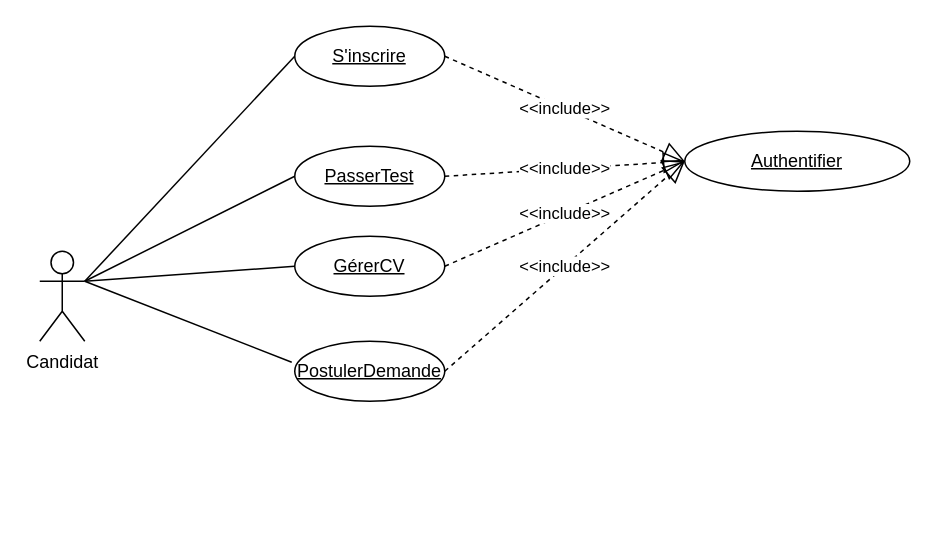
The draw.io diagram page "DigCas Candidat" (2 of 4) of Untitled Diagram.drawio in PFA-2021/PFA-app, before the edit. Source tidied: cells renumbered, new cells numbered last; positions are measured from the earlier drawing's top-left corner, leaving out a move shared by most shapes. Both pictures are drawn from the tidied source at 150%, with x=0, y=0 at pixel (39, 26).
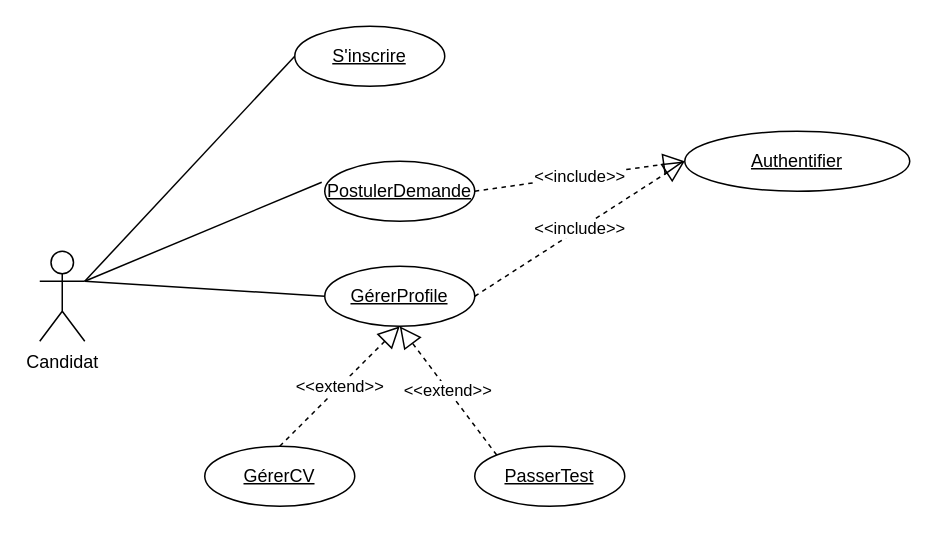
The same diagram, later.

What changed in the source:
```diff
@@
 <mxGraphModel>
   <root>
     <mxCell id="0" />
     <mxCell id="1" parent="0" />
     <mxCell id="2" value="Candidat&lt;br&gt;" style="shape=umlActor;verticalLabelPosition=bottom;verticalAlign=top;html=1;" parent="1" vertex="1">
       <mxGeometry y="150" width="30" height="60" as="geometry" />
     </mxCell>
     <mxCell id="3" value="S'inscrire" style="ellipse;whiteSpace=wrap;html=1;align=center;fontStyle=4;" parent="1" vertex="1">
       <mxGeometry x="170" width="100" height="40" as="geometry" />
     </mxCell>
     <mxCell id="4" style="endArrow=none;html=1;rounded=0;exitX=1;exitY=0.3333333333333333;exitDx=0;exitDy=0;exitPerimeter=0;entryX=0;entryY=0.5;entryDx=0;entryDy=0;" parent="1" edge="1" source="2" target="3">
       <mxGeometry relative="1" as="geometry" />
     </mxCell>
     <mxCell id="5" value="GérerCV" style="ellipse;whiteSpace=wrap;html=1;align=center;fontStyle=4;" parent="1" vertex="1">
-      <mxGeometry x="170" y="140" width="100" height="40" as="geometry" />
+      <mxGeometry x="110" y="280" width="100" height="40" as="geometry" />
     </mxCell>
     <mxCell id="6" value="PostulerDemande" style="ellipse;whiteSpace=wrap;html=1;align=center;fontStyle=4;" parent="1" vertex="1">
-      <mxGeometry x="170" y="210" width="100" height="40" as="geometry" />
+      <mxGeometry x="190" y="90" width="100" height="40" as="geometry" />
     </mxCell>
     <mxCell id="7" value="PasserTest" style="ellipse;whiteSpace=wrap;html=1;align=center;fontStyle=4;" parent="1" vertex="1">
-      <mxGeometry x="170" y="80" width="100" height="40" as="geometry" />
+      <mxGeometry x="290" y="280" width="100" height="40" as="geometry" />
     </mxCell>
-    <mxCell id="8" style="endArrow=none;html=1;rounded=0;exitX=1;exitY=0.3333333333333333;exitDx=0;exitDy=0;exitPerimeter=0;entryX=0;entryY=0.5;entryDx=0;entryDy=0;" parent="1" edge="1" source="2" target="7">
-      <mxGeometry relative="1" as="geometry" />
-    </mxCell>
-    <mxCell id="9" style="endArrow=none;html=1;rounded=0;exitX=1;exitY=0.3333333333333333;exitDx=0;exitDy=0;exitPerimeter=0;entryX=0;entryY=0.5;entryDx=0;entryDy=0;" parent="1" edge="1" source="2" target="5">
-      <mxGeometry relative="1" as="geometry" />
-    </mxCell>
     <mxCell id="10" style="endArrow=none;html=1;rounded=0;entryX=-0.02;entryY=0.35;entryDx=0;entryDy=0;entryPerimeter=0;" parent="1" edge="1" target="6">
       <mxGeometry relative="1" as="geometry">
         <mxPoint x="30" y="170" as="sourcePoint" />
       </mxGeometry>
     </mxCell>
     <mxCell id="11" value="Authentifier" style="ellipse;whiteSpace=wrap;html=1;align=center;fontStyle=4;" parent="1" vertex="1">
       <mxGeometry x="430" y="70" width="150" height="40" as="geometry" />
     </mxCell>
-    <mxCell id="12" value="&amp;lt;&amp;lt;include&amp;gt;&amp;gt;" style="endArrow=block;dashed=1;endFill=0;endSize=12;html=1;exitX=1;exitY=0.5;exitDx=0;exitDy=0;entryX=0;entryY=0.5;entryDx=0;entryDy=0;" parent="1" edge="1" source="3" target="11">
-      <mxGeometry relative="1" as="geometry" />
-    </mxCell>
-    <mxCell id="13" value="&amp;lt;&amp;lt;include&amp;gt;&amp;gt;" style="endArrow=block;dashed=1;endFill=0;endSize=12;html=1;exitX=1;exitY=0.5;exitDx=0;exitDy=0;" parent="1" edge="1" source="7">
-      <mxGeometry relative="1" as="geometry">
-        <mxPoint x="430" y="90" as="targetPoint" />
-      </mxGeometry>
-    </mxCell>
-    <mxCell id="14" value="&amp;lt;&amp;lt;include&amp;gt;&amp;gt;" style="endArrow=block;dashed=1;endFill=0;endSize=12;html=1;exitX=1;exitY=0.5;exitDx=0;exitDy=0;entryX=0;entryY=0.5;entryDx=0;entryDy=0;" parent="1" edge="1" source="5" target="11">
-      <mxGeometry relative="1" as="geometry" />
-    </mxCell>
     <mxCell id="15" value="&amp;lt;&amp;lt;include&amp;gt;&amp;gt;" style="endArrow=block;dashed=1;endFill=0;endSize=12;html=1;exitX=1;exitY=0.5;exitDx=0;exitDy=0;entryX=0;entryY=0.5;entryDx=0;entryDy=0;" parent="1" edge="1" source="6" target="11">
       <mxGeometry relative="1" as="geometry" />
     </mxCell>
+    <mxCell id="16" value="GérerProfile" style="ellipse;whiteSpace=wrap;html=1;align=center;fontStyle=4;" parent="1" vertex="1">
+      <mxGeometry x="190" y="160" width="100" height="40" as="geometry" />
+    </mxCell>
+    <mxCell id="17" style="endArrow=none;html=1;rounded=0;exitX=1;exitY=0.3333333333333333;exitDx=0;exitDy=0;exitPerimeter=0;entryX=0;entryY=0.5;entryDx=0;entryDy=0;" parent="1" edge="1" source="2" target="16">
+      <mxGeometry relative="1" as="geometry" />
+    </mxCell>
+    <mxCell id="18" value="&amp;lt;&amp;lt;include&amp;gt;&amp;gt;" style="endArrow=block;dashed=1;endFill=0;endSize=12;html=1;exitX=1;exitY=0.5;exitDx=0;exitDy=0;entryX=0;entryY=0.5;entryDx=0;entryDy=0;" parent="1" edge="1" source="16" target="11">
+      <mxGeometry relative="1" as="geometry" />
+    </mxCell>
+    <mxCell id="19" value="&amp;lt;&amp;lt;extend&amp;gt;&amp;gt;" style="endArrow=block;dashed=1;endFill=0;endSize=12;html=1;exitX=0;exitY=0;exitDx=0;exitDy=0;entryX=0.5;entryY=1;entryDx=0;entryDy=0;" parent="1" edge="1" source="7" target="16">
+      <mxGeometry relative="1" as="geometry" />
+    </mxCell>
+    <mxCell id="20" value="&amp;lt;&amp;lt;extend&amp;gt;&amp;gt;" style="endArrow=block;dashed=1;endFill=0;endSize=12;html=1;exitX=0.5;exitY=0;exitDx=0;exitDy=0;entryX=0.5;entryY=1;entryDx=0;entryDy=0;" parent="1" edge="1" source="5" target="16">
+      <mxGeometry relative="1" as="geometry" />
+    </mxCell>
   </root>
 </mxGraphModel>
```
